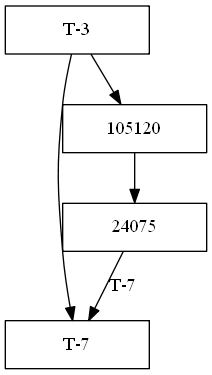
Before: BIN/edificio.png, a diagram exported from Graphviz (MacoChave/Proyecto2-SistemaAsignacion). Its source is kept beside it as BIN/edificio.dot.
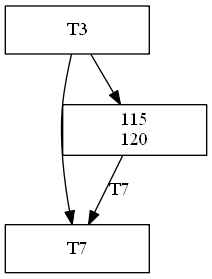
After the change.

The edit, as a diff of the source:
```diff
@@ -2,11 +2,13 @@
 	nodesep=.05;
 	node [shape=record,width=1.5,height=.5];
 
-EDT3[label = "T-3"];
+EDT3[label = "T3"];
 EDT3 -> EDT7;
 
-EDT7[label = "T-7"];
+EDT7[label = "T7"];
 
-EDT3 -> ÌÌÌÌÌÌÌÌÌÌÌÌÌÌÌÌÌÌÌÌÌÌÌÌÌÌÌÌÌÌÌÌÌÌÌÌÌÌÌÌÌÌÌÌÌÌÌÌÌÌÌÌÌÌÌÌÌÌÌÌÌÌÌÌÌÌÌÌÌÌÌÌÌÌÌÌÌÌÌÌÌÌÌÌÌÌÌÌÌÌÌÌÌÌÌÌ{8°EMkSL105;
-SL105[label = "105\n120"];
-SL16 ->
+EDT3 -> SL115;
+SL115[label = "115\n120"];
+SL115 ->
+EDT7[label = "T7"];
+}
```
